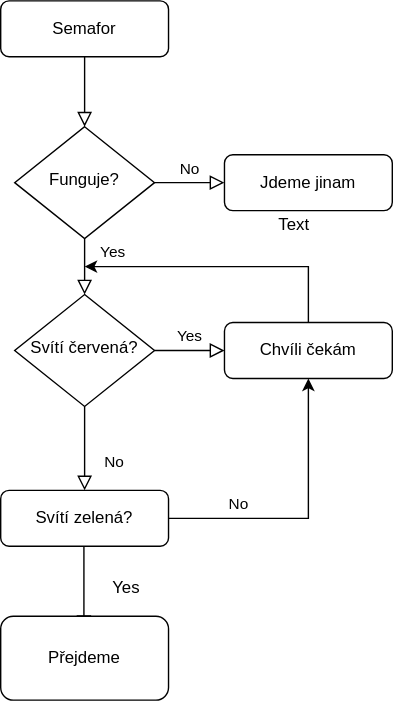
CernyDavid/diagrams.net keeps this draw.io diagram as data/flowchart01.svg. Above is the earlier version. Source tidied: cells renumbered, new cells last; positions are measured from the earlier drawing's top-left corner, leaving out a move shared by most shapes.
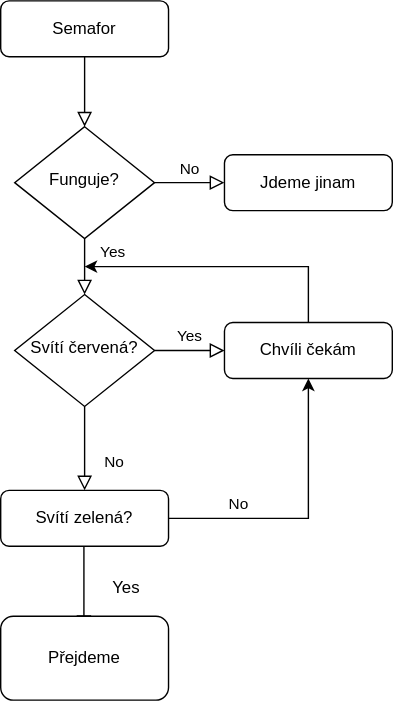
The same file after the commit.

What changed in the source:
```diff
@@ -66,9 +66,6 @@
     <mxCell id="16" value="Přejdeme" style="rounded=1;whiteSpace=wrap;html=1;" parent="1" vertex="1">
       <mxGeometry y="440" width="120" height="60" as="geometry" />
     </mxCell>
-    <mxCell id="17" value="Text" style="text;html=1;strokeColor=none;fillColor=none;align=center;verticalAlign=middle;whiteSpace=wrap;rounded=0;" parent="1" vertex="1">
-      <mxGeometry x="190" y="150" width="40" height="20" as="geometry" />
-    </mxCell>
     <mxCell id="18" value="Yes" style="text;html=1;strokeColor=none;fillColor=none;align=center;verticalAlign=middle;whiteSpace=wrap;rounded=0;" parent="1" vertex="1">
       <mxGeometry x="70" y="410" width="40" height="20" as="geometry" />
     </mxCell>
```
